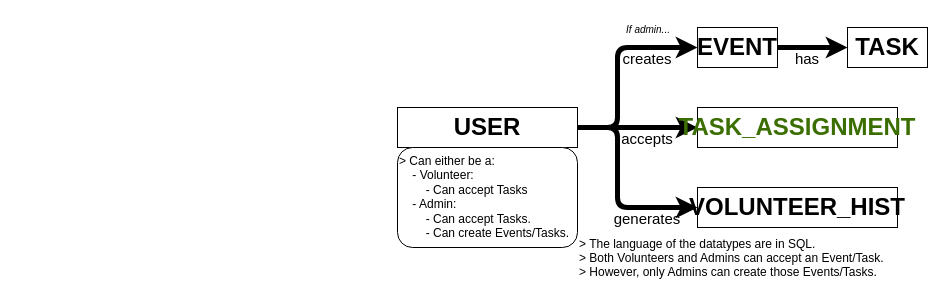
This is Assignment1/UML_database.drawio from Imanoodle13/COSC4353-Assignments, a draw.io file, before an edit. Source tidied: cells renumbered, new cells numbered last; positions are measured from the earlier drawing's top-left corner, leaving out a move shared by most shapes. Both pictures are drawn from the tidied source at 100%, with x=0, y=0 at pixel (397, 17).
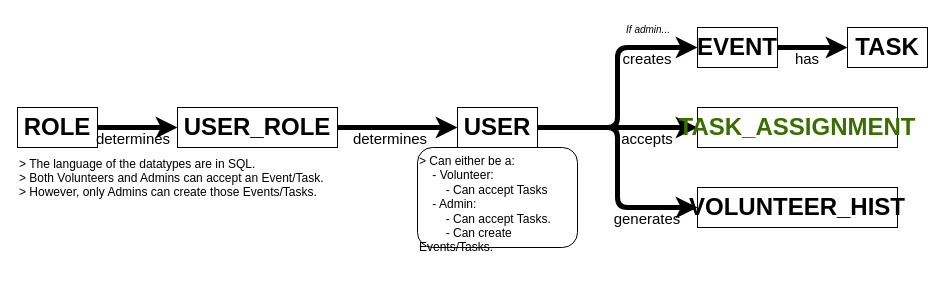
Above is the later version.

Commit message:
Refactored UML diagram layout to add USER_ROLE and ROLE elements with relationships.

Unchanged cells that the change refers to:
```xml
<mxCell id="4" value="VOLUNTEER_HIST" style="whiteSpace=wrap;fillColor=none;fontFamily=Calibri;fontColor=light-dark(#000000,#9300FF);fontSize=24;fontStyle=1;align=center;" parent="1" vertex="1">
  <mxGeometry x="300" y="170" width="200" height="40" as="geometry" />
</mxCell>
<mxCell id="5" value="EVENT" style="whiteSpace=wrap;fillColor=none;fontFamily=Calibri;fontColor=light-dark(#000000,#FF7100);fontSize=24;fontStyle=1;align=center;" parent="1" vertex="1">
  <mxGeometry x="300" y="10" width="80" height="40" as="geometry" />
</mxCell>
<mxCell id="12" value="TASK_ASSIGNMENT" style="whiteSpace=wrap;fillColor=none;fontFamily=Calibri;fontColor=light-dark(#3B6E00,#5DA800);fontSize=24;fontStyle=1;align=center;" parent="1" vertex="1">
  <mxGeometry x="300" y="90" width="200" height="40" as="geometry" />
</mxCell>
```

What changed in the source:
```diff
@@
     <mxCell id="2" value="&gt; The language of the datatypes are in SQL.&#10;&gt; Both Volunteers and Admins can accept an Event/Task.&#10;&gt; However, only Admins can create those Events/Tasks." style="text;align=left;verticalAlign=middle;strokeColor=none;fillColor=none;fontColor=light-dark(#000000,#000000);" parent="1" vertex="1">
-      <mxGeometry x="180" y="210" width="330" height="60" as="geometry" />
+      <mxGeometry x="-380" y="130" width="330" height="60" as="geometry" />
     </mxCell>
     <mxCell id="3" value="USER" style="whiteSpace=wrap;fillColor=none;fontFamily=Calibri;fontColor=light-dark(#000000,#0038FF);fontSize=24;fontStyle=1;align=center;labelBorderColor=none;" parent="1" vertex="1">
-      <mxGeometry y="90" width="180" height="40" as="geometry" />
+      <mxGeometry x="60" y="90" width="80" height="40" as="geometry" />
     </mxCell>
@@
     <mxCell id="7" value="generates" style="edgeStyle=orthogonalEdgeStyle;exitX=1;exitY=0.5;exitDx=0;exitDy=0;entryX=0;entryY=0.5;entryDx=0;entryDy=0;strokeColor=light-dark(#000000,#0038FF);strokeWidth=5;fontFamily=Calibri;fontColor=light-dark(#000000,#0038FF);flowAnimation=0;labelBackgroundColor=none;fontSize=15;jumpStyle=arc;jumpSize=12;" parent="1" edge="1" source="3" target="4">
-      <mxGeometry x="0.5" y="-10" relative="1" as="geometry">
+      <mxGeometry x="0.58" y="-10" relative="1" as="geometry">
         <Array as="points">
           <mxPoint x="220" y="110" />
           <mxPoint x="220" y="190" />
         </Array>
       </mxGeometry>
     </mxCell>
     <mxCell id="8" value="creates" style="edgeStyle=orthogonalEdgeStyle;exitX=1;exitY=0.5;exitDx=0;exitDy=0;entryX=0;entryY=0.5;entryDx=0;entryDy=0;strokeColor=light-dark(#000000,#0038FF);strokeWidth=5;fontFamily=Calibri;fontColor=light-dark(#000000,#0038FF);labelBackgroundColor=none;jumpStyle=arc;jumpSize=12;fontSize=15;" parent="1" edge="1" source="3" target="5">
-      <mxGeometry x="0.5" y="-10" relative="1" as="geometry">
+      <mxGeometry x="0.58" y="-10" relative="1" as="geometry">
         <Array as="points">
           <mxPoint x="220" y="110" />
           <mxPoint x="220" y="30" />
         </Array>
       </mxGeometry>
     </mxCell>
@@
     <mxCell id="10" value="accepts" style="edgeStyle=orthogonalEdgeStyle;exitX=1;exitY=0.5;exitDx=0;exitDy=0;entryX=0;entryY=0.5;entryDx=0;entryDy=0;strokeColor=light-dark(#000000,#0038FF);strokeWidth=5;fontFamily=Calibri;fontColor=light-dark(#000000,#0038FF);flowAnimation=0;labelBackgroundColor=none;fontSize=15;jumpStyle=arc;jumpSize=12;" parent="1" edge="1" source="3" target="12">
-      <mxGeometry x="0.17" y="-10" relative="1" as="geometry">
+      <mxGeometry x="0.38" y="-10" relative="1" as="geometry">
         <Array as="points">
           <mxPoint x="240" y="110" />
           <mxPoint x="240" y="110" />
         </Array>
       </mxGeometry>
     </mxCell>
     <mxCell id="11" value="&gt; Can either be a:&#10;    - Volunteer:&#10;        - Can accept Tasks&#10;    - Admin:&#10;        - Can accept Tasks.&#10;        - Can create Events/Tasks." style="whiteSpace=wrap;fontColor=light-dark(#000000,#0038FF);labelBackgroundColor=none;fillColor=light-dark(#FFFFFF,#78A3FF);rounded=1;fontFamily=Calibri;align=left;verticalAlign=top;fontStyle=0;" parent="1" vertex="1">
-      <mxGeometry y="130" width="180" height="100" as="geometry" />
+      <mxGeometry x="20" y="130" width="160" height="100" as="geometry" />
     </mxCell>
@@
+    <mxCell id="14" value="ROLE" style="whiteSpace=wrap;fillColor=none;fontFamily=Calibri;fontColor=light-dark(#000000,#D89EFF);fontSize=24;fontStyle=1;align=center;labelBorderColor=none;" parent="1" vertex="1">
+      <mxGeometry x="-380" y="90" width="80" height="40" as="geometry" />
+    </mxCell>
+    <mxCell id="15" value="USER_ROLE" style="whiteSpace=wrap;fillColor=none;fontFamily=Calibri;fontColor=light-dark(#000000,#FF00FF);fontSize=24;fontStyle=1;align=center;labelBorderColor=none;" parent="1" vertex="1">
+      <mxGeometry x="-220" y="90" width="160" height="40" as="geometry" />
+    </mxCell>
+    <mxCell id="16" value="determines" style="edgeStyle=orthogonalEdgeStyle;exitX=1;exitY=0.5;exitDx=0;exitDy=0;entryX=0;entryY=0.5;entryDx=0;entryDy=0;strokeColor=light-dark(#000000,#D89EFF);strokeWidth=5;fontFamily=Calibri;fontColor=light-dark(#000000,#D89EFF);flowAnimation=0;labelBackgroundColor=none;fontSize=15;jumpStyle=arc;jumpSize=12;" parent="1" edge="1" source="14" target="15">
+      <mxGeometry x="-0.11" y="-10" relative="1" as="geometry">
+        <Array as="points">
+          <mxPoint x="-260" y="110" />
+          <mxPoint x="-260" y="110" />
+        </Array>
+      </mxGeometry>
+    </mxCell>
+    <mxCell id="17" value="determines" style="edgeStyle=orthogonalEdgeStyle;exitX=1;exitY=0.5;exitDx=0;exitDy=0;strokeColor=light-dark(#000000,#FF00FF);strokeWidth=5;fontFamily=Calibri;fontColor=light-dark(#000000,#FF00FF);flowAnimation=0;labelBackgroundColor=none;fontSize=15;jumpStyle=arc;jumpSize=12;entryX=0;entryY=0.5;entryDx=0;entryDy=0;" parent="1" edge="1" source="15" target="3">
+      <mxGeometry x="-0.11" y="-10" relative="1" as="geometry" />
+    </mxCell>
```
